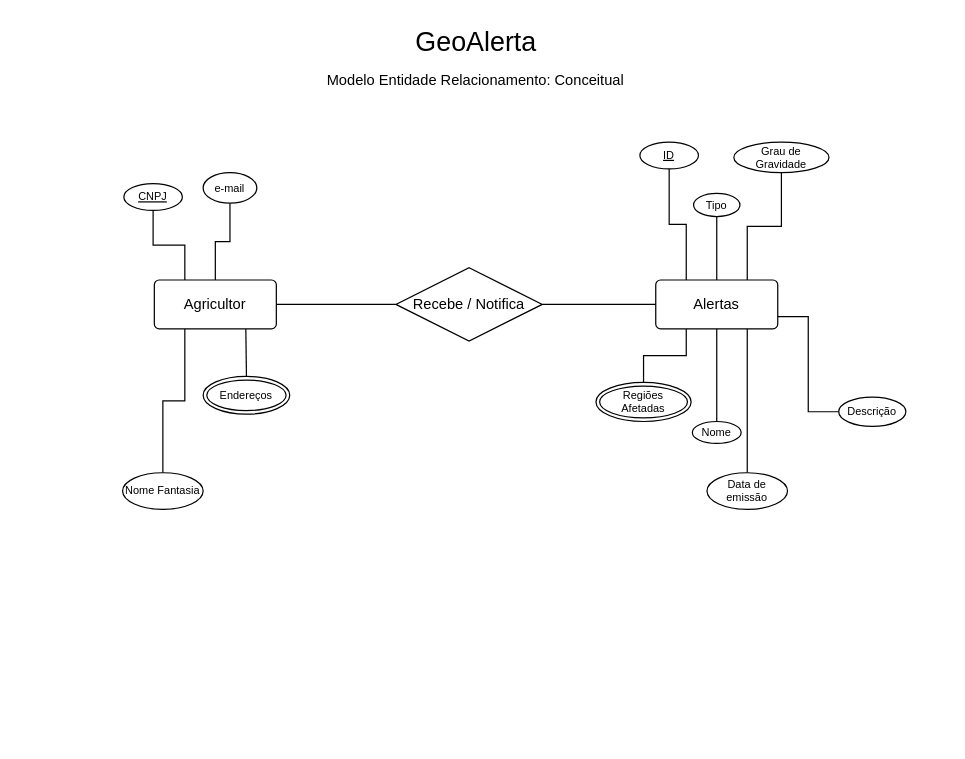
Before: page "Conceitual" (1 of 3) of banco-de-dados/Diagrama-ER.drawio in Code-Masters-F/GeoAlerta, a draw.io diagram. Source tidied: cells renumbered, new cells numbered last; positions are measured from the earlier drawing's top-left corner, leaving out a move shared by most shapes. Both pictures are drawn from the tidied source at 122%, with x=0, y=0 at pixel (122, 21).
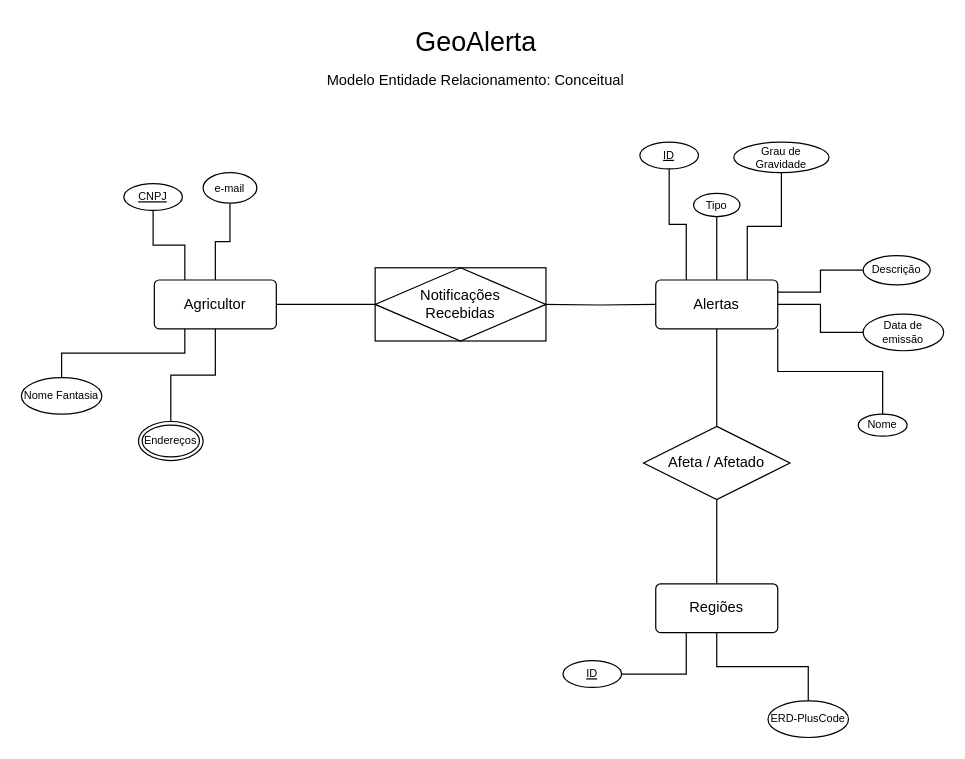
Above is the later version.

Unchanged cells that the change refers to:
```xml
<mxCell id="5" value="Agricultor" style="rounded=1;arcSize=10;whiteSpace=wrap;html=1;align=center;" parent="1" vertex="1">
  <mxGeometry x="26" y="212" width="100" height="40" as="geometry" />
</mxCell>
<mxCell id="9" value="Alertas" style="rounded=1;arcSize=10;whiteSpace=wrap;html=1;align=center;" parent="1" vertex="1">
  <mxGeometry x="437" y="212" width="100" height="40" as="geometry" />
</mxCell>
```

The edit, as a diff of the source:
```diff
@@
-    <mxCell id="2" style="edgeStyle=orthogonalEdgeStyle;rounded=0;jettySize=auto;html=1;exitX=0.75;exitY=1;exitDx=0;exitDy=0;entryX=0.5;entryY=0;entryDx=0;entryDy=0;endArrow=none;endFill=0;" parent="1" edge="1" source="5" target="13">
-      <mxGeometry relative="1" as="geometry" />
-    </mxCell>
@@
-    <mxCell id="6" style="edgeStyle=orthogonalEdgeStyle;rounded=0;jettySize=auto;html=1;exitX=0.25;exitY=1;exitDx=0;exitDy=0;endArrow=none;endFill=0;" parent="1" edge="1" source="9" target="20">
-      <mxGeometry relative="1" as="geometry" />
-    </mxCell>
-    <mxCell id="7" style="edgeStyle=orthogonalEdgeStyle;rounded=0;jettySize=auto;html=1;exitX=0.5;exitY=1;exitDx=0;exitDy=0;entryX=0.5;entryY=0;entryDx=0;entryDy=0;endArrow=none;endFill=0;" parent="1" edge="1" source="9" target="21">
+    <mxCell id="7" style="edgeStyle=orthogonalEdgeStyle;rounded=0;jettySize=auto;html=1;exitX=1;exitY=1;exitDx=0;exitDy=0;entryX=0.5;entryY=0;entryDx=0;entryDy=0;endArrow=none;endFill=0;" parent="1" edge="1" source="9" target="21">
       <mxGeometry relative="1" as="geometry" />
     </mxCell>
-    <mxCell id="8" style="edgeStyle=orthogonalEdgeStyle;rounded=0;jettySize=auto;html=1;exitX=0.75;exitY=1;exitDx=0;exitDy=0;endArrow=none;endFill=0;" parent="1" edge="1" source="9" target="24">
+    <mxCell id="8" style="edgeStyle=orthogonalEdgeStyle;rounded=0;jettySize=auto;html=1;exitX=1;exitY=0.5;exitDx=0;exitDy=0;endArrow=none;endFill=0;" parent="1" edge="1" source="9" target="24">
       <mxGeometry relative="1" as="geometry" />
     </mxCell>
+    <mxCell id="31" style="edgeStyle=orthogonalEdgeStyle;rounded=0;jettySize=auto;html=1;endArrow=none;endFill=0;" parent="1" edge="1" source="9" target="34">
+      <mxGeometry relative="1" as="geometry" />
+    </mxCell>
@@
-    <mxCell id="10" style="edgeStyle=orthogonalEdgeStyle;rounded=0;jettySize=auto;html=1;endArrow=none;endFill=0;" parent="1" edge="1" source="11" target="9">
-      <mxGeometry relative="1" as="geometry" />
+    <mxCell id="10" style="edgeStyle=orthogonalEdgeStyle;rounded=0;jettySize=auto;html=1;endArrow=none;endFill=0;" parent="1" edge="1" target="9">
+      <mxGeometry relative="1" as="geometry">
+        <mxPoint x="344" y="232" as="sourcePoint" />
+      </mxGeometry>
     </mxCell>
-    <mxCell id="11" value="Recebe / Notifica" style="shape=rhombus;perimeter=rhombusPerimeter;whiteSpace=wrap;html=1;align=center;" parent="1" vertex="1">
-      <mxGeometry x="224" y="202" width="120" height="60" as="geometry" />
-    </mxCell>
-    <mxCell id="12" style="endArrow=none;html=1;rounded=0;exitX=1;exitY=0.5;exitDx=0;exitDy=0;entryX=0;entryY=0.5;entryDx=0;entryDy=0;" parent="1" edge="1" source="5" target="11">
-      <mxGeometry relative="1" as="geometry" />
+    <mxCell id="12" style="endArrow=none;html=1;rounded=0;exitX=1;exitY=0.5;exitDx=0;exitDy=0;entryX=0;entryY=0.5;entryDx=0;entryDy=0;" parent="1" edge="1" source="5">
+      <mxGeometry relative="1" as="geometry">
+        <mxPoint x="224" y="232" as="targetPoint" />
+      </mxGeometry>
     </mxCell>
-    <mxCell id="13" value="&lt;font&gt;Endereços&lt;/font&gt;" style="ellipse;shape=doubleEllipse;margin=3;whiteSpace=wrap;html=1;align=center;fontSize=9;" parent="1" vertex="1">
-      <mxGeometry x="66" y="291" width="71" height="31" as="geometry" />
-    </mxCell>
@@
     <mxCell id="15" value="Nome Fantasia" style="ellipse;whiteSpace=wrap;html=1;align=center;fontSize=9;" parent="1" vertex="1">
-      <mxGeometry y="370" width="66" height="30" as="geometry" />
+      <mxGeometry x="-83" y="292" width="66" height="30" as="geometry" />
     </mxCell>
@@
-    <mxCell id="20" value="&lt;font&gt;Regiões Afetadas&lt;/font&gt;" style="ellipse;shape=doubleEllipse;margin=3;whiteSpace=wrap;html=1;align=center;fontSize=9;" parent="1" vertex="1">
-      <mxGeometry x="388" y="296" width="78" height="32" as="geometry" />
-    </mxCell>
     <mxCell id="21" value="Nome" style="ellipse;whiteSpace=wrap;html=1;align=center;fontSize=9;" parent="1" vertex="1">
-      <mxGeometry x="467" y="328" width="40" height="18" as="geometry" />
+      <mxGeometry x="603" y="322" width="40" height="18" as="geometry" />
     </mxCell>
@@
     <mxCell id="24" value="Data de emissão" style="ellipse;whiteSpace=wrap;html=1;align=center;fontSize=9;" parent="1" vertex="1">
-      <mxGeometry x="479" y="370" width="66" height="30" as="geometry" />
+      <mxGeometry x="607" y="240" width="66" height="30" as="geometry" />
     </mxCell>
@@
-    <mxCell id="29" style="edgeStyle=orthogonalEdgeStyle;rounded=0;jettySize=auto;html=1;entryX=1;entryY=0.75;entryDx=0;entryDy=0;endArrow=none;endFill=0;" parent="1" edge="1" source="30" target="9">
+    <mxCell id="29" style="edgeStyle=orthogonalEdgeStyle;rounded=0;jettySize=auto;html=1;entryX=1;entryY=0.25;entryDx=0;entryDy=0;endArrow=none;endFill=0;" parent="1" edge="1" source="30" target="9">
       <mxGeometry relative="1" as="geometry" />
     </mxCell>
     <mxCell id="30" value="Descrição" style="ellipse;whiteSpace=wrap;html=1;align=center;fontSize=9;" parent="1" vertex="1">
-      <mxGeometry x="587" y="308" width="55" height="24" as="geometry" />
+      <mxGeometry x="607" y="192" width="55" height="24" as="geometry" />
     </mxCell>
+    <mxCell id="32" value="Regiões" style="rounded=1;arcSize=10;whiteSpace=wrap;html=1;align=center;" parent="1" vertex="1">
+      <mxGeometry x="437" y="461" width="100" height="40" as="geometry" />
+    </mxCell>
+    <mxCell id="33" style="edgeStyle=orthogonalEdgeStyle;rounded=0;jettySize=auto;html=1;endArrow=none;endFill=0;" parent="1" edge="1" source="34" target="32">
+      <mxGeometry relative="1" as="geometry" />
+    </mxCell>
+    <mxCell id="34" value="Afeta / Afetado" style="shape=rhombus;perimeter=rhombusPerimeter;whiteSpace=wrap;html=1;align=center;" parent="1" vertex="1">
+      <mxGeometry x="427" y="332" width="120" height="60" as="geometry" />
+    </mxCell>
+    <mxCell id="35" style="edgeStyle=orthogonalEdgeStyle;rounded=0;jettySize=auto;html=1;entryX=0.5;entryY=1;entryDx=0;entryDy=0;endArrow=none;endFill=0;exitX=0.5;exitY=0;exitDx=0;exitDy=0;" parent="1" edge="1" source="13" target="5">
+      <mxGeometry relative="1" as="geometry" />
+    </mxCell>
+    <mxCell id="36" style="edgeStyle=orthogonalEdgeStyle;rounded=0;jettySize=auto;html=1;entryX=0.5;entryY=1;entryDx=0;entryDy=0;endArrow=none;endFill=0;" parent="1" edge="1" source="37" target="32">
+      <mxGeometry relative="1" as="geometry" />
+    </mxCell>
+    <mxCell id="37" value="ERD-PlusCode" style="ellipse;whiteSpace=wrap;html=1;align=center;fontSize=9;" parent="1" vertex="1">
+      <mxGeometry x="529" y="557" width="66" height="30" as="geometry" />
+    </mxCell>
+    <mxCell id="38" style="edgeStyle=orthogonalEdgeStyle;rounded=0;jettySize=auto;html=1;entryX=0.25;entryY=1;entryDx=0;entryDy=0;endArrow=none;endFill=0;" parent="1" edge="1" source="39" target="32">
+      <mxGeometry relative="1" as="geometry" />
+    </mxCell>
+    <mxCell id="39" value="ID" style="ellipse;whiteSpace=wrap;html=1;align=center;fontStyle=4;fontSize=9;" parent="1" vertex="1">
+      <mxGeometry x="361" y="524" width="48" height="22" as="geometry" />
+    </mxCell>
+    <mxCell id="40" value="Notificações&lt;div&gt;Recebidas&lt;/div&gt;" style="shape=associativeEntity;whiteSpace=wrap;html=1;align=center;" parent="1" vertex="1">
+      <mxGeometry x="207" y="202" width="140" height="60" as="geometry" />
+    </mxCell>
+    <mxCell id="13" value="Endereços" style="ellipse;shape=doubleEllipse;margin=3;whiteSpace=wrap;html=1;align=center;fontSize=9;" parent="1" vertex="1">
+      <mxGeometry x="13" y="328" width="53" height="32" as="geometry" />
+    </mxCell>
```
